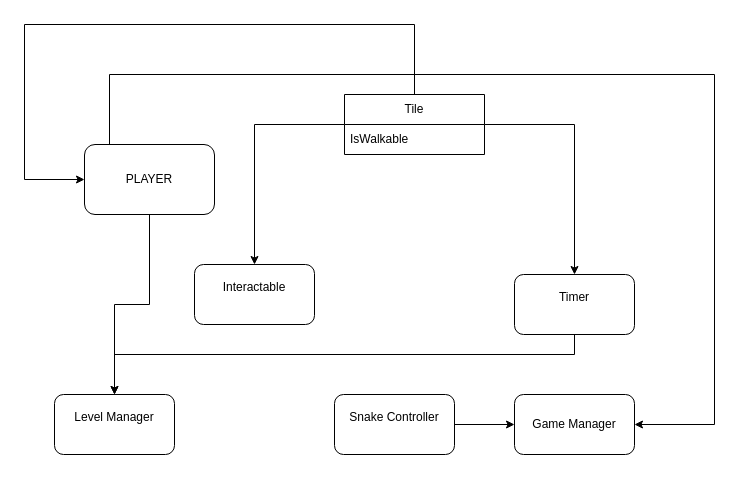
salvolannister/TuringGlobalGameJam keeps this draw.io diagram as Diagramma senza titolo.drawio. Above is the earlier version. Source tidied: cells renumbered, new cells numbered last; positions are measured from the earlier drawing's top-left corner, leaving out a move shared by most shapes. Both pictures are drawn from the tidied source at 100%, with x=0, y=0 at pixel (24, 24).
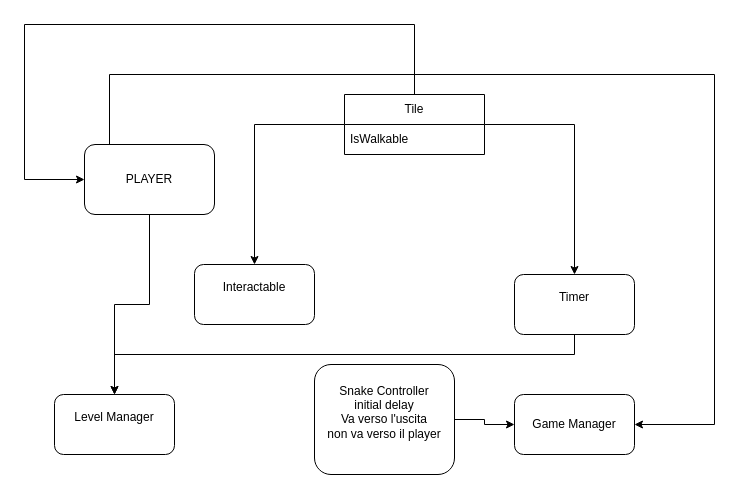
The same page after the edit.

The edit, as a diff of the source:
```diff
@@
-    <mxCell id="10" value="&lt;div&gt;Snake Controller&lt;/div&gt;&lt;div&gt;&lt;br&gt;&lt;/div&gt;" style="rounded=1;whiteSpace=wrap;html=1;" parent="1" vertex="1">
-      <mxGeometry x="310" y="370" width="120" height="60" as="geometry" />
+    <mxCell id="10" value="&lt;div&gt;Snake Controller&lt;br&gt;initial delay&lt;br&gt;Va verso l'uscita &lt;br&gt;non va verso il player&lt;br&gt;&lt;/div&gt;&lt;div&gt;&lt;br&gt;&lt;/div&gt;" style="rounded=1;whiteSpace=wrap;html=1;" parent="1" vertex="1">
+      <mxGeometry x="290" y="340" width="140" height="110" as="geometry" />
     </mxCell>
```
